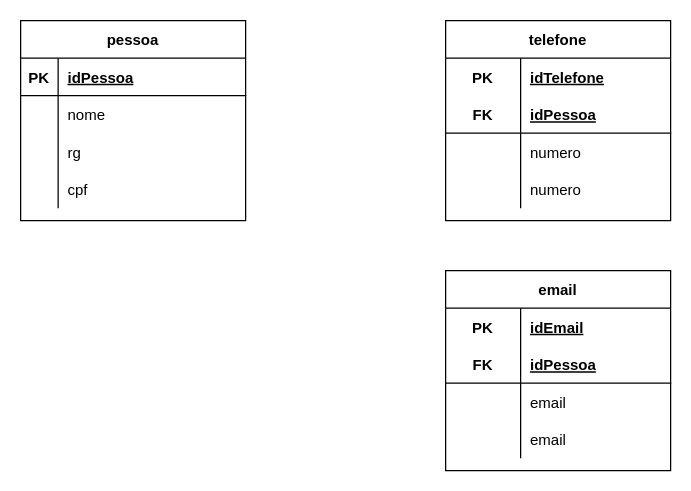
Earlier version of the draw.io diagram page "logico" (2 of 2) of Exercícios-aula3/1.1-exercicio-pessoas/1.1-exercicio-pessoas.drawio (Samel-OP/Senai_Sprint1_BD). Source tidied: cells renumbered, new cells numbered last; positions are measured from the earlier drawing's top-left corner, leaving out a move shared by most shapes. Both pictures are drawn from the tidied source at 125%, with x=0, y=0 at pixel (20, 20).
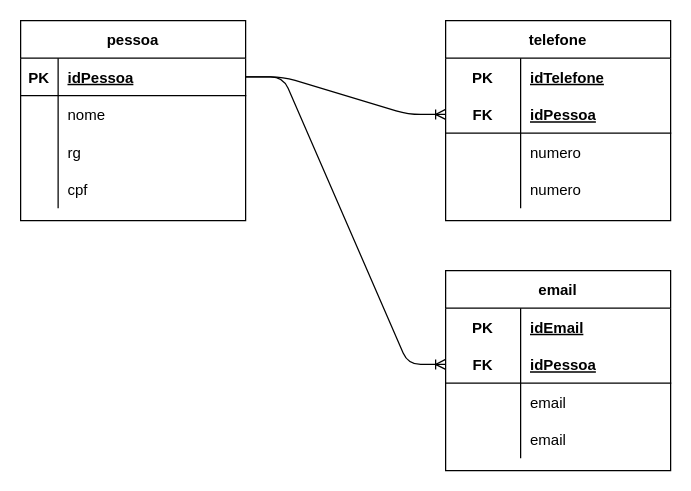
After the change.

Unchanged cells that the change refers to:
```xml
<mxCell id="3" style="shape=partialRectangle;fillColor=none;top=0;left=0;bottom=1;right=0;points=[[0,0.5],[1,0.5]];portConstraint=eastwest;" parent="2" vertex="1">
  <mxGeometry y="30" width="180" height="30" as="geometry" />
</mxCell>
<mxCell id="19" style="shape=partialRectangle;fillColor=none;top=0;left=0;bottom=1;right=0;points=[[0,0.5],[1,0.5]];portConstraint=eastwest;" parent="15" vertex="1">
  <mxGeometry y="60" width="180" height="30" as="geometry" />
</mxCell>
<mxCell id="32" style="shape=partialRectangle;fillColor=none;top=0;left=0;bottom=1;right=0;points=[[0,0.5],[1,0.5]];portConstraint=eastwest;" parent="28" vertex="1">
  <mxGeometry y="60" width="180" height="30" as="geometry" />
</mxCell>
```

Change to the diagram source:
```diff
@@
+    <mxCell id="41" style="edgeStyle=entityRelationEdgeStyle;fontSize=12;html=1;endArrow=ERoneToMany;exitX=1;exitY=0.5;exitDx=0;exitDy=0;entryX=0;entryY=0.5;entryDx=0;entryDy=0;" parent="1" edge="1" source="3" target="19">
+      <mxGeometry relative="1" as="geometry" />
+    </mxCell>
+    <mxCell id="42" style="edgeStyle=entityRelationEdgeStyle;fontSize=12;html=1;endArrow=ERoneToMany;exitX=1;exitY=0.5;exitDx=0;exitDy=0;entryX=0;entryY=0.5;entryDx=0;entryDy=0;" parent="1" edge="1" source="3" target="32">
+      <mxGeometry relative="1" as="geometry" />
+    </mxCell>
```
